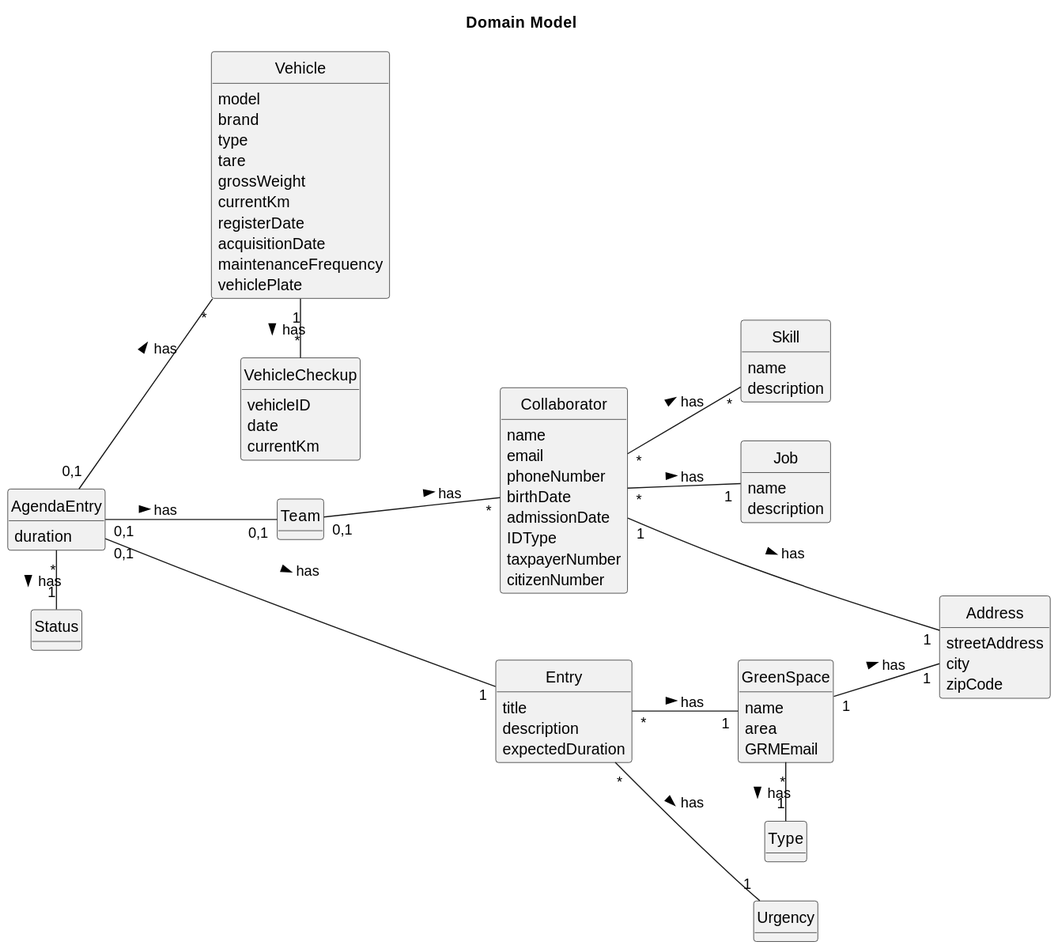
This is docs/sprintC/global-artifacts/02.analysis/svg/project-domain-model.svg from RicardoMorim/lapr2-ISEP-Project, a PlantUML export, as it was before one commit.
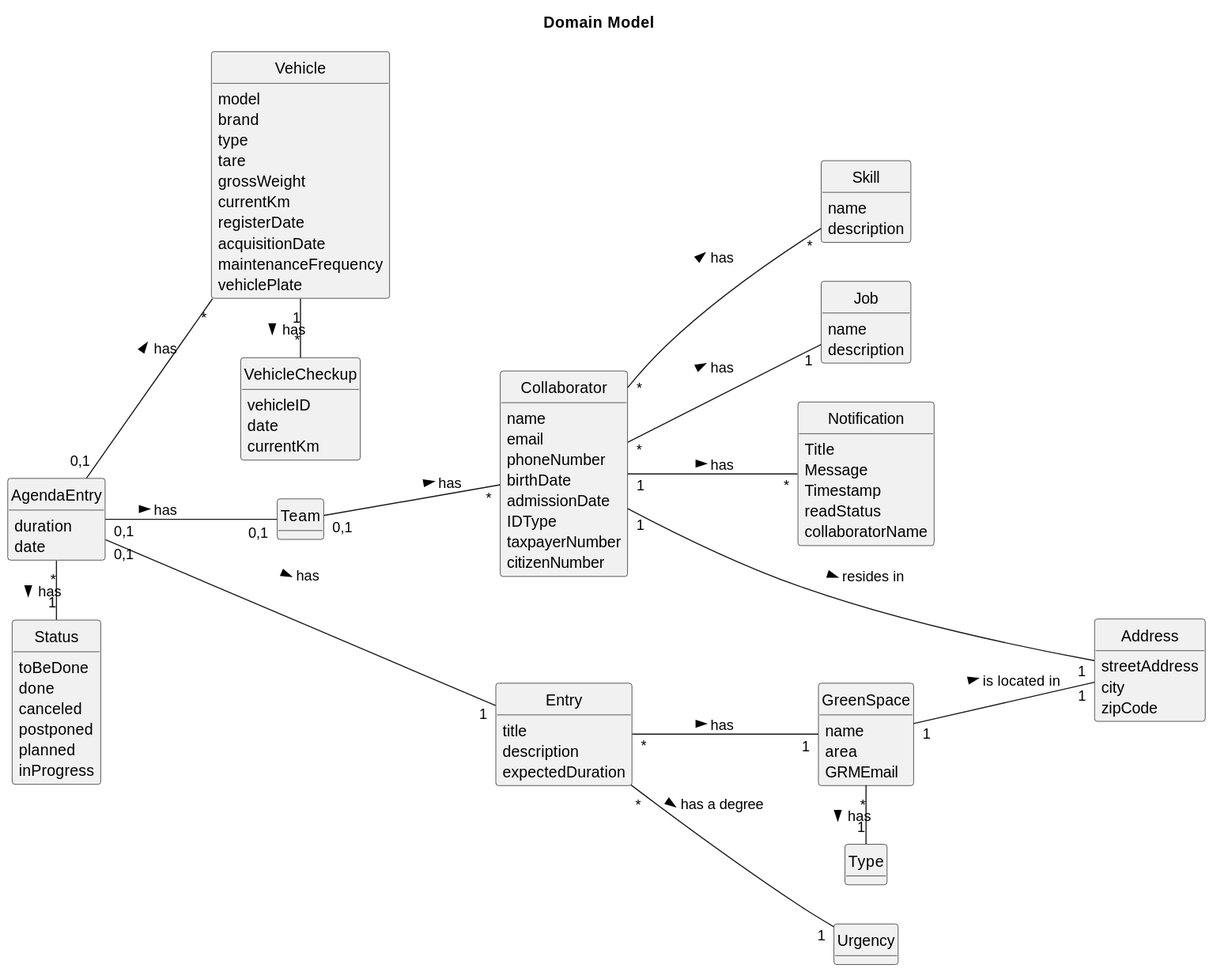
The same diagram one commit later.

The edit, as a diff of the source:
```diff
@@ -36,6 +36,14 @@
 
 }
 
+class Notification{
+    Title
+    Message
+    Timestamp
+    readStatus
+    collaboratorName
+}
+
 class Address{
     streetAddress
     city
@@ -69,7 +77,7 @@
 
 class AgendaEntry{
     duration
-
+    date
 }
 
 class Entry{
@@ -78,15 +86,25 @@
     expectedDuration
 }
 
+class Status{
+    toBeDone
+    done
+    canceled
+    postponed
+    planned
+    inProgress
+}
+
+Collaborator "1" -- "*"Notification: has >
 Team "0,1" -- "*"Collaborator : has >
-Collaborator "1" -- "1"Address : has >
+Collaborator "1" -- "1"Address : resides in >
 Collaborator "*" -- "1"Job : has >
 Collaborator "*" -- "*"Skill : has >
 Vehicle "1" - "*" VehicleCheckup: has >
-GreenSpace "1"--"1" Address : has >
+GreenSpace "1"--"1" Address : is located in >
 GreenSpace "*" - "1" Type : has >
 Entry "*"--"1" GreenSpace : has >
-Entry "*"--"1" Urgency : has >
+Entry "*"--"1" Urgency : has a degree >
 AgendaEntry "0,1" -- "0,1" Team : has >
 AgendaEntry "0,1" -- "*" Vehicle : has >
 AgendaEntry "*" - "1" Status : has >
```
